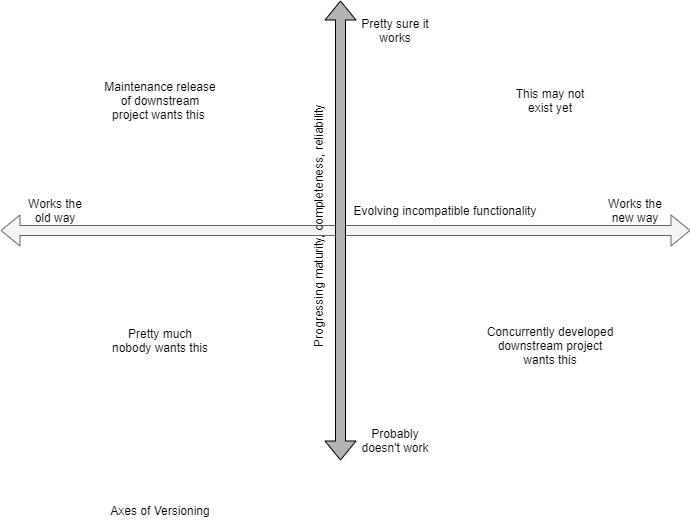
dboreham/global-bugs keeps this draw.io diagram as diagrams/versioning.png. Above is the earlier version. Source tidied: cells renumbered, new cells last; positions are measured from the earlier drawing's top-left corner, leaving out a move shared by most shapes.
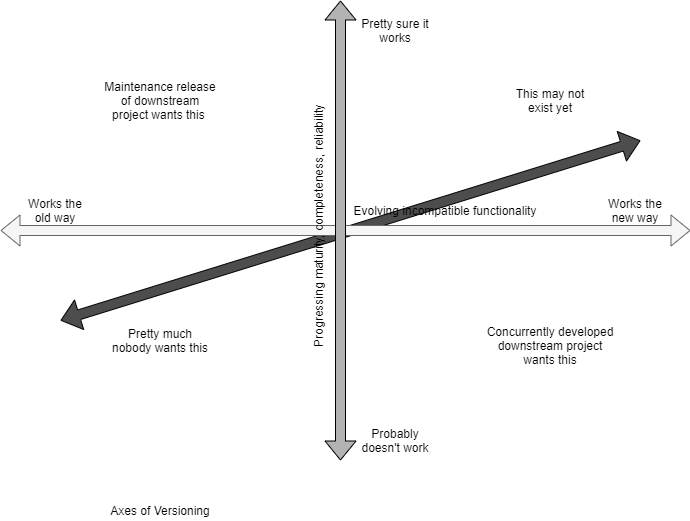
The same file after the commit.

The edit, as a diff of the source:
```diff
@@ -2,6 +2,12 @@
   <root>
     <mxCell id="0" />
     <mxCell id="1" parent="0" />
+    <mxCell id="15" style="shape=flexArrow;endArrow=classic;startArrow=classic;html=1;strokeColor=#000000;fillColor=#4D4D4D;" parent="1" edge="1">
+      <mxGeometry relative="1" as="geometry">
+        <mxPoint x="60" y="320" as="sourcePoint" />
+        <mxPoint x="640" y="140" as="targetPoint" />
+      </mxGeometry>
+    </mxCell>
     <mxCell id="2" style="shape=flexArrow;endArrow=classic;startArrow=classic;html=1;fillColor=#f5f5f5;strokeColor=#666666;" parent="1" edge="1">
       <mxGeometry relative="1" as="geometry">
         <mxPoint y="230" as="sourcePoint" />
```
